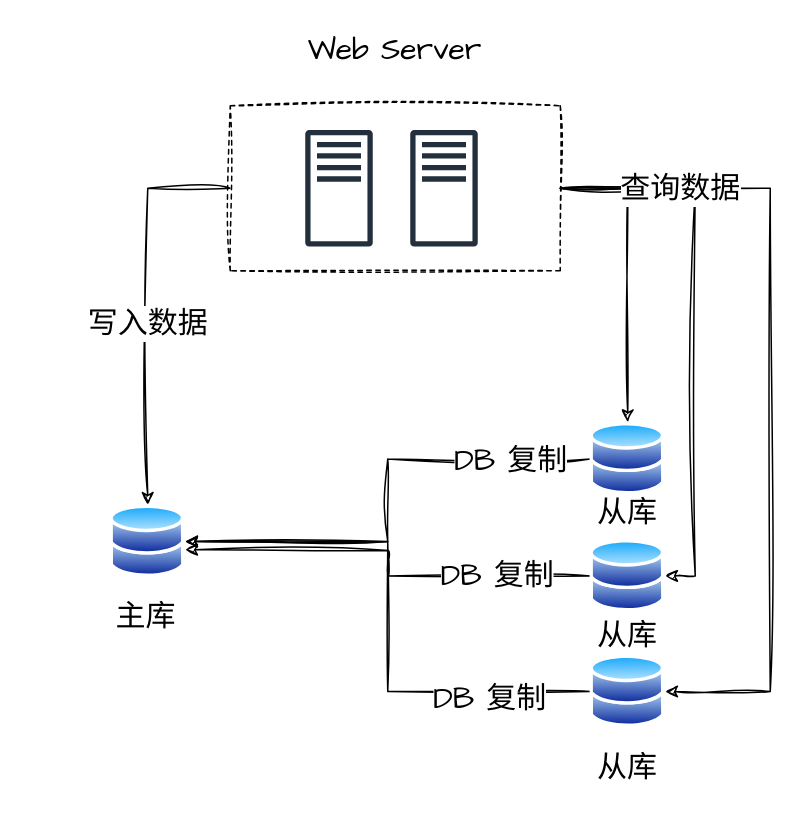
Before: page "第 1 页" (1 of 3) of docs/system-design-interview.drawio in caijiatao/go-lib, a draw.io diagram. Source tidied: cells renumbered, new cells numbered last; positions are measured from the earlier drawing's top-left corner, leaving out a move shared by most shapes. Both pictures are drawn from the tidied source at 150%, with x=0, y=0 at pixel (26, 26).
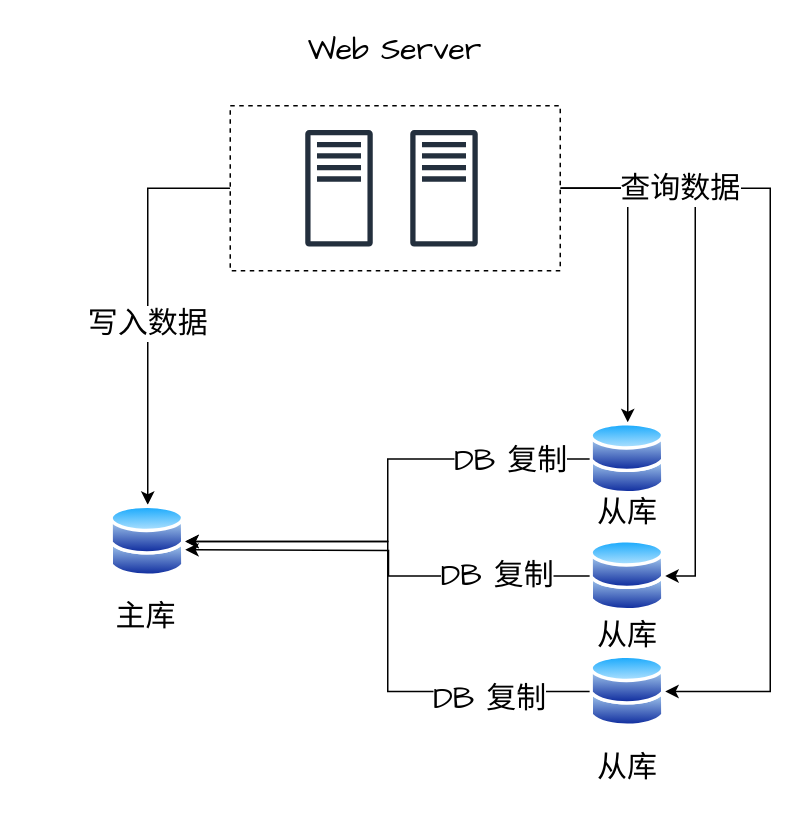
The same diagram, later.

Commit message:
feature : add pics

What changed in the source:
```diff
@@
-    <mxCell id="2" style="edgeStyle=orthogonalEdgeStyle;rounded=0;sketch=1;hachureGap=4;jiggle=2;curveFitting=1;jettySize=auto;html=1;exitX=0;exitY=0.5;exitDx=0;exitDy=0;entryX=0.5;entryY=0;entryDx=0;entryDy=0;fontFamily=Architects Daughter;fontSize=16;" parent="1" edge="1" source="7" target="10">
+    <mxCell id="2" style="edgeStyle=orthogonalEdgeStyle;rounded=0;hachureGap=4;jettySize=auto;html=1;exitX=0;exitY=0.5;exitDx=0;exitDy=0;entryX=0.5;entryY=0;entryDx=0;entryDy=0;fontFamily=Architects Daughter;fontSize=16;" parent="1" edge="1" source="7" target="10">
       <mxGeometry relative="1" as="geometry" />
     </mxCell>
@@
-    <mxCell id="4" style="edgeStyle=orthogonalEdgeStyle;rounded=0;sketch=1;hachureGap=4;jiggle=2;curveFitting=1;jettySize=auto;html=1;exitX=1;exitY=0.5;exitDx=0;exitDy=0;entryX=0.5;entryY=0;entryDx=0;entryDy=0;fontFamily=Architects Daughter;fontSize=16;" parent="1" edge="1" source="7" target="13">
+    <mxCell id="4" style="edgeStyle=orthogonalEdgeStyle;rounded=0;hachureGap=4;jettySize=auto;html=1;exitX=1;exitY=0.5;exitDx=0;exitDy=0;entryX=0.5;entryY=0;entryDx=0;entryDy=0;fontFamily=Architects Daughter;fontSize=16;" parent="1" edge="1" source="7" target="13">
       <mxGeometry relative="1" as="geometry" />
     </mxCell>
-    <mxCell id="5" style="edgeStyle=orthogonalEdgeStyle;rounded=0;sketch=1;hachureGap=4;jiggle=2;curveFitting=1;jettySize=auto;html=1;exitX=1;exitY=0.5;exitDx=0;exitDy=0;entryX=1;entryY=0.5;entryDx=0;entryDy=0;fontFamily=Architects Daughter;fontSize=16;" parent="1" edge="1" source="7" target="16">
+    <mxCell id="5" style="edgeStyle=orthogonalEdgeStyle;rounded=0;hachureGap=4;jettySize=auto;html=1;exitX=1;exitY=0.5;exitDx=0;exitDy=0;entryX=1;entryY=0.5;entryDx=0;entryDy=0;fontFamily=Architects Daughter;fontSize=16;" parent="1" edge="1" source="7" target="16">
       <mxGeometry relative="1" as="geometry" />
     </mxCell>
-    <mxCell id="6" style="edgeStyle=orthogonalEdgeStyle;rounded=0;sketch=1;hachureGap=4;jiggle=2;curveFitting=1;jettySize=auto;html=1;exitX=1;exitY=0.5;exitDx=0;exitDy=0;entryX=1;entryY=0.5;entryDx=0;entryDy=0;fontFamily=Architects Daughter;fontSize=16;" parent="1" edge="1" source="7" target="18">
+    <mxCell id="6" style="edgeStyle=orthogonalEdgeStyle;rounded=0;hachureGap=4;jettySize=auto;html=1;exitX=1;exitY=0.5;exitDx=0;exitDy=0;entryX=1;entryY=0.5;entryDx=0;entryDy=0;fontFamily=Architects Daughter;fontSize=16;" parent="1" edge="1" source="7" target="18">
       <mxGeometry relative="1" as="geometry">
         <Array as="points">
           <mxPoint x="496" y="108" />
           <mxPoint x="496" y="444" />
         </Array>
       </mxGeometry>
     </mxCell>
-    <mxCell id="7" style="rounded=0;whiteSpace=wrap;html=1;sketch=1;hachureGap=4;jiggle=2;curveFitting=1;fontFamily=Architects Daughter;fontSize=20;dashed=1;" parent="1" vertex="1">
+    <mxCell id="7" style="rounded=0;whiteSpace=wrap;html=1;hachureGap=4;fontFamily=Architects Daughter;fontSize=20;dashed=1;" parent="1" vertex="1">
       <mxGeometry x="136" y="53" width="220" height="110" as="geometry" />
     </mxCell>
-    <mxCell id="8" style="sketch=0;fontColor=#232F3E;gradientColor=none;fillColor=#232F3D;strokeColor=none;dashed=0;verticalLabelPosition=bottom;verticalAlign=top;align=center;html=1;fontSize=12;fontStyle=0;shape=mxgraph.aws4.traditional_server;hachureGap=4;jiggle=2;curveFitting=1;fontFamily=Architects Daughter;" parent="1" vertex="1">
+    <mxCell id="8" style="fontColor=#232F3E;gradientColor=none;fillColor=#232F3D;strokeColor=none;dashed=0;verticalLabelPosition=bottom;verticalAlign=top;align=center;html=1;fontSize=12;fontStyle=0;shape=mxgraph.aws4.traditional_server;hachureGap=4;fontFamily=Architects Daughter;" parent="1" vertex="1">
       <mxGeometry x="186" y="69" width="45" height="78" as="geometry" />
     </mxCell>
-    <mxCell id="9" style="sketch=0;fontColor=#232F3E;gradientColor=none;fillColor=#232F3D;strokeColor=none;dashed=0;verticalLabelPosition=bottom;verticalAlign=top;align=center;html=1;fontSize=12;fontStyle=0;shape=mxgraph.aws4.traditional_server;hachureGap=4;jiggle=2;curveFitting=1;fontFamily=Architects Daughter;" parent="1" vertex="1">
+    <mxCell id="9" style="fontColor=#232F3E;gradientColor=none;fillColor=#232F3D;strokeColor=none;dashed=0;verticalLabelPosition=bottom;verticalAlign=top;align=center;html=1;fontSize=12;fontStyle=0;shape=mxgraph.aws4.traditional_server;hachureGap=4;fontFamily=Architects Daughter;" parent="1" vertex="1">
       <mxGeometry x="256" y="69" width="45" height="78" as="geometry" />
     </mxCell>
-    <mxCell id="10" style="image;perimeter=ellipsePerimeter;html=1;align=center;shadow=0;dashed=0;spacingTop=3;image=img/lib/active_directory/databases.svg;sketch=1;hachureGap=4;jiggle=2;curveFitting=1;fontFamily=Architects Daughter;fontSize=20;" parent="1" vertex="1">
+    <mxCell id="10" style="image;perimeter=ellipsePerimeter;html=1;align=center;shadow=0;dashed=0;spacingTop=3;image=img/lib/active_directory/databases.svg;hachureGap=4;fontFamily=Architects Daughter;fontSize=20;" parent="1" vertex="1">
       <mxGeometry x="56" y="319" width="50" height="49" as="geometry" />
     </mxCell>
-    <mxCell id="11" style="edgeStyle=orthogonalEdgeStyle;rounded=0;sketch=1;hachureGap=4;jiggle=2;curveFitting=1;jettySize=auto;html=1;exitX=0;exitY=0.5;exitDx=0;exitDy=0;entryX=1;entryY=0.5;entryDx=0;entryDy=0;fontFamily=Architects Daughter;fontSize=16;" parent="1" edge="1" source="13" target="10">
+    <mxCell id="11" style="edgeStyle=orthogonalEdgeStyle;rounded=0;hachureGap=4;jettySize=auto;html=1;exitX=0;exitY=0.5;exitDx=0;exitDy=0;entryX=1;entryY=0.5;entryDx=0;entryDy=0;fontFamily=Architects Daughter;fontSize=16;" parent="1" edge="1" source="13" target="10">
       <mxGeometry relative="1" as="geometry" />
     </mxCell>
@@
-    <mxCell id="13" style="image;perimeter=ellipsePerimeter;html=1;align=center;shadow=0;dashed=0;spacingTop=3;image=img/lib/active_directory/databases.svg;sketch=1;hachureGap=4;jiggle=2;curveFitting=1;fontFamily=Architects Daughter;fontSize=20;" parent="1" vertex="1">
+    <mxCell id="13" style="image;perimeter=ellipsePerimeter;html=1;align=center;shadow=0;dashed=0;spacingTop=3;image=img/lib/active_directory/databases.svg;hachureGap=4;fontFamily=Architects Daughter;fontSize=20;" parent="1" vertex="1">
       <mxGeometry x="376" y="264" width="50" height="49" as="geometry" />
     </mxCell>
-    <mxCell id="14" style="edgeStyle=orthogonalEdgeStyle;rounded=0;sketch=1;hachureGap=4;jiggle=2;curveFitting=1;jettySize=auto;html=1;exitX=0;exitY=0.5;exitDx=0;exitDy=0;fontFamily=Architects Daughter;fontSize=16;" parent="1" edge="1" source="16">
+    <mxCell id="14" style="edgeStyle=orthogonalEdgeStyle;rounded=0;hachureGap=4;jettySize=auto;html=1;exitX=0;exitY=0.5;exitDx=0;exitDy=0;fontFamily=Architects Daughter;fontSize=16;" parent="1" edge="1" source="16">
       <mxGeometry relative="1" as="geometry">
         <mxPoint x="106" y="349" as="targetPoint" />
       </mxGeometry>
     </mxCell>
@@
-    <mxCell id="16" style="image;perimeter=ellipsePerimeter;html=1;align=center;shadow=0;dashed=0;spacingTop=3;image=img/lib/active_directory/databases.svg;sketch=1;hachureGap=4;jiggle=2;curveFitting=1;fontFamily=Architects Daughter;fontSize=20;" parent="1" vertex="1">
+    <mxCell id="16" style="image;perimeter=ellipsePerimeter;html=1;align=center;shadow=0;dashed=0;spacingTop=3;image=img/lib/active_directory/databases.svg;hachureGap=4;fontFamily=Architects Daughter;fontSize=20;" parent="1" vertex="1">
       <mxGeometry x="376" y="342" width="50" height="49" as="geometry" />
     </mxCell>
-    <mxCell id="17" style="edgeStyle=orthogonalEdgeStyle;rounded=0;sketch=1;hachureGap=4;jiggle=2;curveFitting=1;jettySize=auto;html=1;exitX=0;exitY=0.5;exitDx=0;exitDy=0;entryX=1;entryY=0.5;entryDx=0;entryDy=0;fontFamily=Architects Daughter;fontSize=16;" parent="1" edge="1" source="18" target="10">
+    <mxCell id="17" style="edgeStyle=orthogonalEdgeStyle;rounded=0;hachureGap=4;jettySize=auto;html=1;exitX=0;exitY=0.5;exitDx=0;exitDy=0;entryX=1;entryY=0.5;entryDx=0;entryDy=0;fontFamily=Architects Daughter;fontSize=16;" parent="1" edge="1" source="18" target="10">
       <mxGeometry relative="1" as="geometry" />
     </mxCell>
-    <mxCell id="18" style="image;perimeter=ellipsePerimeter;html=1;align=center;shadow=0;dashed=0;spacingTop=3;image=img/lib/active_directory/databases.svg;sketch=1;hachureGap=4;jiggle=2;curveFitting=1;fontFamily=Architects Daughter;fontSize=20;" parent="1" vertex="1">
+    <mxCell id="18" style="image;perimeter=ellipsePerimeter;html=1;align=center;shadow=0;dashed=0;spacingTop=3;image=img/lib/active_directory/databases.svg;hachureGap=4;fontFamily=Architects Daughter;fontSize=20;" parent="1" vertex="1">
       <mxGeometry x="376" y="419" width="50" height="49" as="geometry" />
     </mxCell>
```
